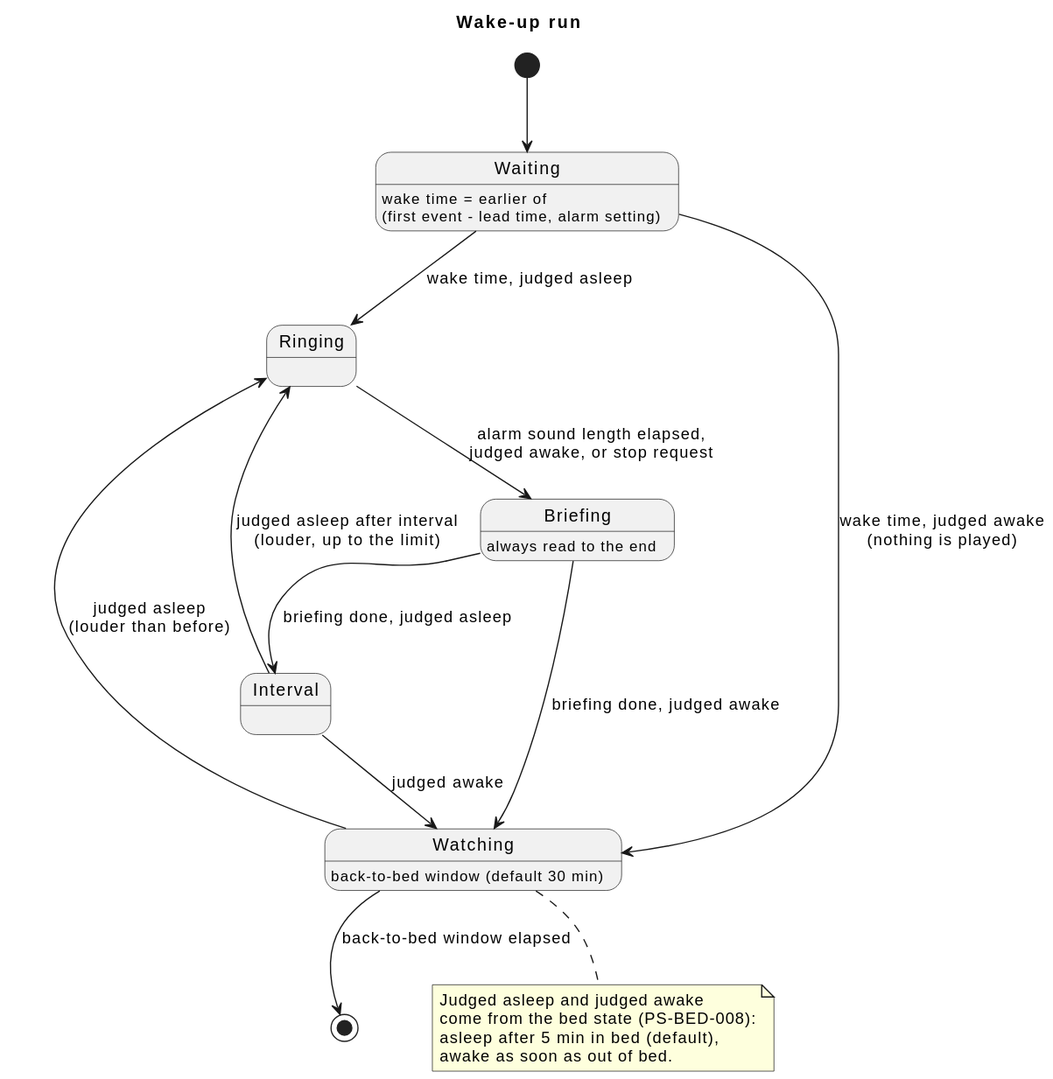
Above: docs/ja/requirements/alarm/overview.svg in cloveclovedev/press-start (PlantUML), before the change.
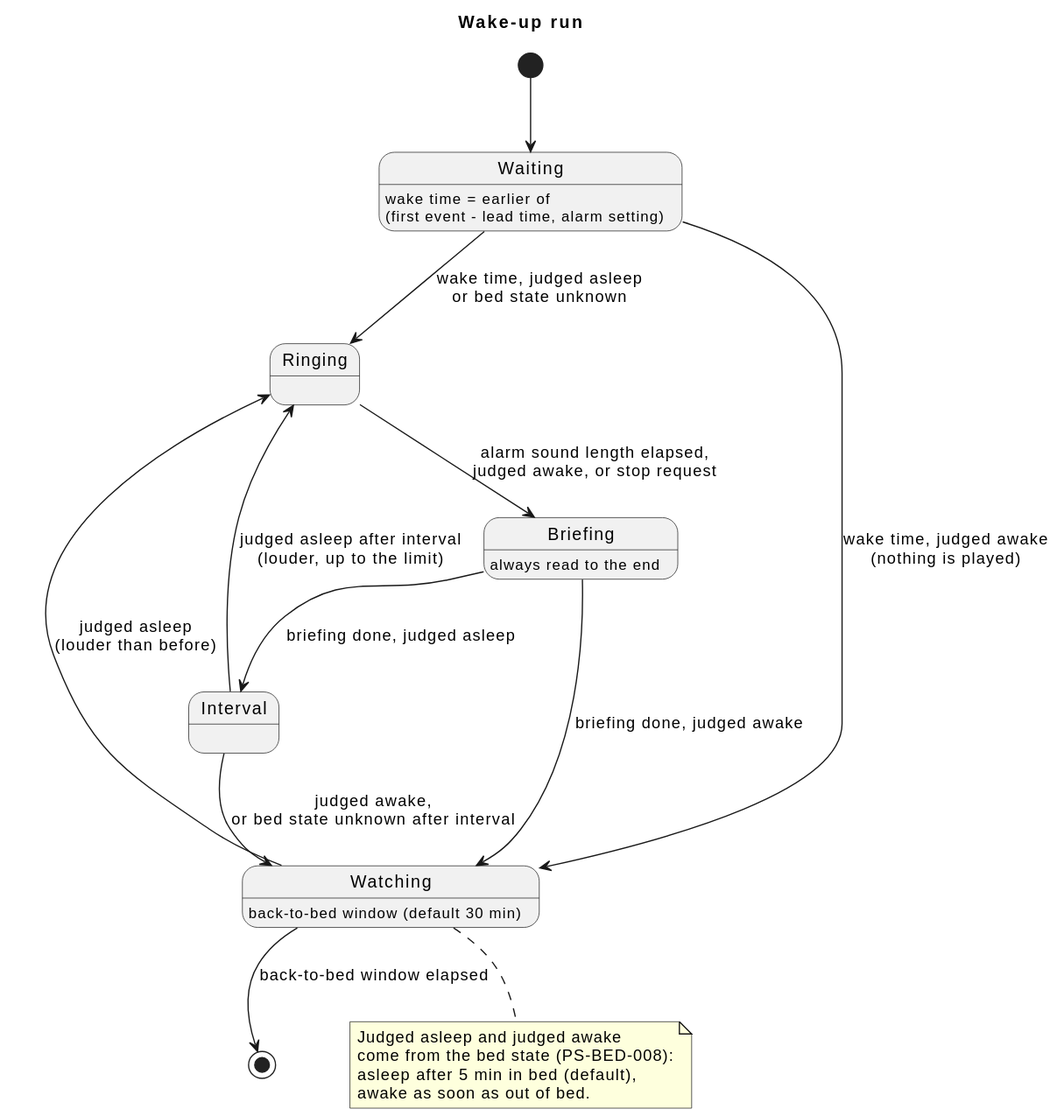
Above is the later version.

Commit message:
docs(requirements): treat an unknown bed state as its own judgment and do not snooze on it

What changed in the source:
```diff
@@ -4,14 +4,14 @@
 
 [*] --> Waiting
 Waiting : wake time = earlier of\n(first event - lead time, alarm setting)
-Waiting --> Ringing : wake time, judged asleep
+Waiting --> Ringing : wake time, judged asleep\nor bed state unknown
 Waiting --> Watching : wake time, judged awake\n(nothing is played)
 Ringing --> Briefing : alarm sound length elapsed,\njudged awake, or stop request
 Briefing : always read to the end
 Briefing --> Interval : briefing done, judged asleep
 Briefing --> Watching : briefing done, judged awake
 Interval --> Ringing : judged asleep after interval\n(louder, up to the limit)
-Interval --> Watching : judged awake
+Interval --> Watching : judged awake,\nor bed state unknown after interval
 Watching : back-to-bed window (default 30 min)
 Watching --> Ringing : judged asleep\n(louder than before)
 Watching --> [*] : back-to-bed window elapsed
```
